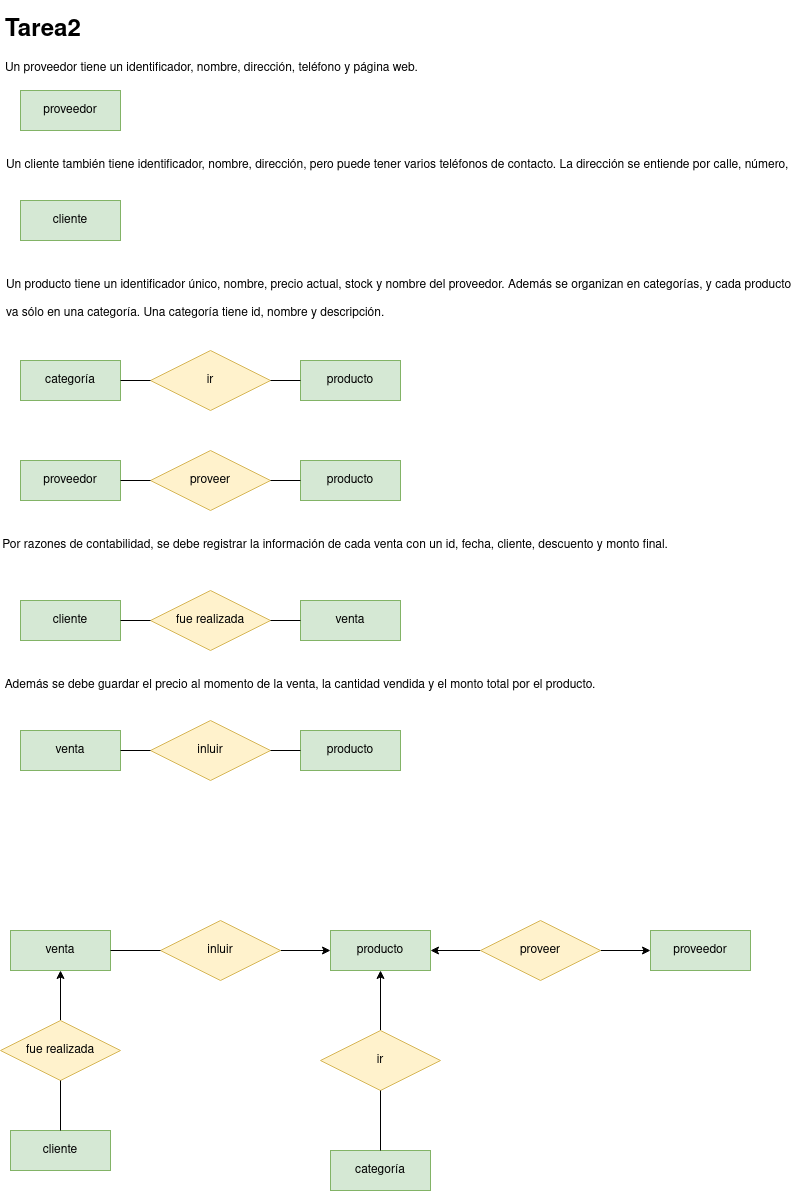
javigh193/bae keeps this draw.io diagram as tareasER/tarea2.png. Above is the earlier version. Source tidied: cells renumbered, new cells last; positions are measured from the earlier drawing's top-left corner, leaving out a move shared by most shapes. Its diagram source:
```xml
<mxGraphModel>
  <root>
    <mxCell id="0" />
    <mxCell id="1" parent="0" />
    <mxCell id="2" value="&lt;h1&gt;Tarea2&lt;br&gt;&lt;/h1&gt;&lt;p&gt;Un proveedor tiene un identificador, nombre, dirección, teléfono y página web.&lt;/p&gt;" style="text;html=1;strokeColor=none;fillColor=none;spacing=5;spacingTop=-20;whiteSpace=wrap;overflow=hidden;rounded=0;" parent="1" vertex="1">
      <mxGeometry width="780" height="70" as="geometry" />
    </mxCell>
    <mxCell id="3" value="proveedor" style="whiteSpace=wrap;html=1;align=center;fillColor=#d5e8d4;strokeColor=#82b366;" parent="1" vertex="1">
      <mxGeometry x="20" y="80" width="100" height="40" as="geometry" />
    </mxCell>
    <mxCell id="4" value="Un cliente también tiene identificador, nombre, dirección, pero puede tener varios teléfonos de contacto. La dirección se entiende por calle, número, &#10;&#10;provincia y ciudad." style="text;strokeColor=none;fillColor=none;spacingLeft=4;spacingRight=4;overflow=hidden;fontSize=12;" parent="1" vertex="1">
      <mxGeometry y="140" width="800" height="30" as="geometry" />
    </mxCell>
    <mxCell id="5" value="cliente" style="whiteSpace=wrap;html=1;align=center;fillColor=#d5e8d4;strokeColor=#82b366;" parent="1" vertex="1">
      <mxGeometry x="20" y="190" width="100" height="40" as="geometry" />
    </mxCell>
    <mxCell id="6" value="Un producto tiene un identificador único, nombre, precio actual, stock y nombre del proveedor. Además se organizan en categorías, y cada producto &#10;&#10;va sólo en una categoría. Una categoría tiene id, nombre y descripción." style="text;strokeColor=none;fillColor=none;spacingLeft=4;spacingRight=4;overflow=hidden;fontSize=12;" parent="1" vertex="1">
      <mxGeometry y="260" width="800" height="60" as="geometry" />
    </mxCell>
    <mxCell id="7" value="categoría" style="whiteSpace=wrap;html=1;align=center;fillColor=#d5e8d4;strokeColor=#82b366;" parent="1" vertex="1">
      <mxGeometry x="20" y="350" width="100" height="40" as="geometry" />
    </mxCell>
    <mxCell id="8" value="producto" style="whiteSpace=wrap;html=1;align=center;fillColor=#d5e8d4;strokeColor=#82b366;" parent="1" vertex="1">
      <mxGeometry x="300" y="350" width="100" height="40" as="geometry" />
    </mxCell>
    <mxCell id="9" value="ir" style="shape=rhombus;perimeter=rhombusPerimeter;whiteSpace=wrap;html=1;align=center;fillColor=#fff2cc;strokeColor=#d6b656;" parent="1" vertex="1">
      <mxGeometry x="150" y="340" width="120" height="60" as="geometry" />
    </mxCell>
    <mxCell id="10" style="endArrow=none;html=1;rounded=0;exitX=0;exitY=0.5;exitDx=0;exitDy=0;entryX=1;entryY=0.5;entryDx=0;entryDy=0;" parent="1" edge="1" source="8" target="9">
      <mxGeometry relative="1" as="geometry" />
    </mxCell>
    <mxCell id="11" style="endArrow=none;html=1;rounded=0;exitX=1;exitY=0.5;exitDx=0;exitDy=0;entryX=0;entryY=0.5;entryDx=0;entryDy=0;" parent="1" edge="1" source="7" target="9">
      <mxGeometry relative="1" as="geometry" />
    </mxCell>
    <mxCell id="12" value="proveedor" style="whiteSpace=wrap;html=1;align=center;fillColor=#d5e8d4;strokeColor=#82b366;" parent="1" vertex="1">
      <mxGeometry x="20" y="450" width="100" height="40" as="geometry" />
    </mxCell>
    <mxCell id="13" value="proveer" style="shape=rhombus;perimeter=rhombusPerimeter;whiteSpace=wrap;html=1;align=center;fillColor=#fff2cc;strokeColor=#d6b656;" parent="1" vertex="1">
      <mxGeometry x="150" y="440" width="120" height="60" as="geometry" />
    </mxCell>
    <mxCell id="14" value="producto" style="whiteSpace=wrap;html=1;align=center;fillColor=#d5e8d4;strokeColor=#82b366;" parent="1" vertex="1">
      <mxGeometry x="300" y="450" width="100" height="40" as="geometry" />
    </mxCell>
    <mxCell id="15" style="endArrow=none;html=1;rounded=0;exitX=0;exitY=0.5;exitDx=0;exitDy=0;entryX=1;entryY=0.5;entryDx=0;entryDy=0;" parent="1" edge="1" source="14" target="13">
      <mxGeometry relative="1" as="geometry" />
    </mxCell>
    <mxCell id="16" style="endArrow=none;html=1;rounded=0;exitX=0;exitY=0.5;exitDx=0;exitDy=0;entryX=1;entryY=0.5;entryDx=0;entryDy=0;" parent="1" edge="1" source="13" target="12">
      <mxGeometry relative="1" as="geometry" />
    </mxCell>
    <mxCell id="17" value="Por razones de contabilidad, se debe registrar la información de cada venta con un id, fecha, cliente, descuento y monto final." style="text;html=1;strokeColor=none;fillColor=none;align=center;verticalAlign=middle;whiteSpace=wrap;rounded=0;" parent="1" vertex="1">
      <mxGeometry y="520" width="670" height="30" as="geometry" />
    </mxCell>
    <mxCell id="18" value="venta" style="whiteSpace=wrap;html=1;align=center;fillColor=#d5e8d4;strokeColor=#82b366;" parent="1" vertex="1">
      <mxGeometry x="300" y="590" width="100" height="40" as="geometry" />
    </mxCell>
    <mxCell id="19" value="cliente" style="whiteSpace=wrap;html=1;align=center;fillColor=#d5e8d4;strokeColor=#82b366;" parent="1" vertex="1">
      <mxGeometry x="20" y="590" width="100" height="40" as="geometry" />
    </mxCell>
    <mxCell id="20" value="fue realizada" style="shape=rhombus;perimeter=rhombusPerimeter;whiteSpace=wrap;html=1;align=center;fillColor=#fff2cc;strokeColor=#d6b656;" parent="1" vertex="1">
      <mxGeometry x="150" y="580" width="120" height="60" as="geometry" />
    </mxCell>
    <mxCell id="21" style="endArrow=none;html=1;rounded=0;exitX=1;exitY=0.5;exitDx=0;exitDy=0;entryX=0;entryY=0.5;entryDx=0;entryDy=0;" parent="1" edge="1" source="19" target="20">
      <mxGeometry relative="1" as="geometry" />
    </mxCell>
    <mxCell id="22" style="endArrow=none;html=1;rounded=0;exitX=0;exitY=0.5;exitDx=0;exitDy=0;entryX=1;entryY=0.5;entryDx=0;entryDy=0;" parent="1" edge="1" source="18" target="20">
      <mxGeometry relative="1" as="geometry" />
    </mxCell>
    <mxCell id="23" value="Además se debe guardar el precio al momento de la venta, la cantidad vendida y el monto total por el producto." style="text;html=1;strokeColor=none;fillColor=none;align=center;verticalAlign=middle;whiteSpace=wrap;rounded=0;" parent="1" vertex="1">
      <mxGeometry y="660" width="600" height="30" as="geometry" />
    </mxCell>
    <mxCell id="24" value="producto" style="whiteSpace=wrap;html=1;align=center;fillColor=#d5e8d4;strokeColor=#82b366;" parent="1" vertex="1">
      <mxGeometry x="300" y="720" width="100" height="40" as="geometry" />
    </mxCell>
    <mxCell id="25" value="venta" style="whiteSpace=wrap;html=1;align=center;fillColor=#d5e8d4;strokeColor=#82b366;" parent="1" vertex="1">
      <mxGeometry x="20" y="720" width="100" height="40" as="geometry" />
    </mxCell>
    <mxCell id="26" value="inluir" style="shape=rhombus;perimeter=rhombusPerimeter;whiteSpace=wrap;html=1;align=center;fillColor=#fff2cc;strokeColor=#d6b656;" parent="1" vertex="1">
      <mxGeometry x="150" y="710" width="120" height="60" as="geometry" />
    </mxCell>
    <mxCell id="27" style="endArrow=none;html=1;rounded=0;exitX=0;exitY=0.5;exitDx=0;exitDy=0;entryX=1;entryY=0.5;entryDx=0;entryDy=0;" parent="1" edge="1" source="24" target="26">
      <mxGeometry relative="1" as="geometry" />
    </mxCell>
    <mxCell id="28" style="endArrow=none;html=1;rounded=0;exitX=0;exitY=0.5;exitDx=0;exitDy=0;entryX=1;entryY=0.5;entryDx=0;entryDy=0;" parent="1" edge="1" source="26" target="25">
      <mxGeometry relative="1" as="geometry" />
    </mxCell>
    <mxCell id="29" value="producto" style="whiteSpace=wrap;html=1;align=center;fillColor=#d5e8d4;strokeColor=#82b366;" parent="1" vertex="1">
      <mxGeometry x="330" y="920" width="100" height="40" as="geometry" />
    </mxCell>
    <mxCell id="30" value="proveedor" style="whiteSpace=wrap;html=1;align=center;fillColor=#d5e8d4;strokeColor=#82b366;" parent="1" vertex="1">
      <mxGeometry x="650" y="920" width="100" height="40" as="geometry" />
    </mxCell>
    <mxCell id="31" style="edgeStyle=orthogonalEdgeStyle;rounded=0;jettySize=auto;html=1;entryX=0;entryY=0.5;entryDx=0;entryDy=0;" parent="1" edge="1" source="33" target="30">
      <mxGeometry relative="1" as="geometry" />
    </mxCell>
    <mxCell id="32" style="edgeStyle=orthogonalEdgeStyle;rounded=0;jettySize=auto;html=1;entryX=1;entryY=0.5;entryDx=0;entryDy=0;" parent="1" edge="1" source="33" target="29">
      <mxGeometry relative="1" as="geometry" />
    </mxCell>
    <mxCell id="33" value="proveer" style="shape=rhombus;perimeter=rhombusPerimeter;whiteSpace=wrap;html=1;align=center;fillColor=#fff2cc;strokeColor=#d6b656;" parent="1" vertex="1">
      <mxGeometry x="480" y="910" width="120" height="60" as="geometry" />
    </mxCell>
    <mxCell id="34" value="categoría" style="whiteSpace=wrap;html=1;align=center;fillColor=#d5e8d4;strokeColor=#82b366;" parent="1" vertex="1">
      <mxGeometry x="330" y="1140" width="100" height="40" as="geometry" />
    </mxCell>
    <mxCell id="35" style="edgeStyle=orthogonalEdgeStyle;rounded=0;jettySize=auto;html=1;entryX=0.5;entryY=1;entryDx=0;entryDy=0;" parent="1" edge="1" source="36" target="29">
      <mxGeometry relative="1" as="geometry" />
    </mxCell>
    <mxCell id="36" value="ir" style="shape=rhombus;perimeter=rhombusPerimeter;whiteSpace=wrap;html=1;align=center;fillColor=#fff2cc;strokeColor=#d6b656;" parent="1" vertex="1">
      <mxGeometry x="320" y="1020" width="120" height="60" as="geometry" />
    </mxCell>
    <mxCell id="37" style="endArrow=none;html=1;rounded=0;exitX=0.5;exitY=1;exitDx=0;exitDy=0;entryX=0.5;entryY=0;entryDx=0;entryDy=0;" parent="1" edge="1" source="36" target="34">
      <mxGeometry relative="1" as="geometry" />
    </mxCell>
    <mxCell id="38" style="edgeStyle=orthogonalEdgeStyle;rounded=0;jettySize=auto;html=1;entryX=0;entryY=0.5;entryDx=0;entryDy=0;" parent="1" edge="1" source="39" target="29">
      <mxGeometry relative="1" as="geometry" />
    </mxCell>
    <mxCell id="39" value="inluir" style="shape=rhombus;perimeter=rhombusPerimeter;whiteSpace=wrap;html=1;align=center;fillColor=#fff2cc;strokeColor=#d6b656;" parent="1" vertex="1">
      <mxGeometry x="160" y="910" width="120" height="60" as="geometry" />
    </mxCell>
    <mxCell id="40" value="venta" style="whiteSpace=wrap;html=1;align=center;fillColor=#d5e8d4;strokeColor=#82b366;" parent="1" vertex="1">
      <mxGeometry x="10" y="920" width="100" height="40" as="geometry" />
    </mxCell>
    <mxCell id="41" style="endArrow=none;html=1;rounded=0;exitX=0;exitY=0.5;exitDx=0;exitDy=0;entryX=1;entryY=0.5;entryDx=0;entryDy=0;" parent="1" edge="1" source="39" target="40">
      <mxGeometry relative="1" as="geometry" />
    </mxCell>
    <mxCell id="42" value="cliente" style="whiteSpace=wrap;html=1;align=center;fillColor=#d5e8d4;strokeColor=#82b366;" parent="1" vertex="1">
      <mxGeometry x="10" y="1120" width="100" height="40" as="geometry" />
    </mxCell>
    <mxCell id="43" style="edgeStyle=orthogonalEdgeStyle;rounded=0;jettySize=auto;html=1;entryX=0.5;entryY=1;entryDx=0;entryDy=0;" parent="1" edge="1" source="44" target="40">
      <mxGeometry relative="1" as="geometry" />
    </mxCell>
    <mxCell id="44" value="fue realizada" style="shape=rhombus;perimeter=rhombusPerimeter;whiteSpace=wrap;html=1;align=center;fillColor=#fff2cc;strokeColor=#d6b656;" parent="1" vertex="1">
      <mxGeometry y="1010" width="120" height="60" as="geometry" />
    </mxCell>
    <mxCell id="45" style="endArrow=none;html=1;rounded=0;exitX=0.5;exitY=0;exitDx=0;exitDy=0;entryX=0.5;entryY=1;entryDx=0;entryDy=0;" parent="1" edge="1" source="42" target="44">
      <mxGeometry relative="1" as="geometry" />
    </mxCell>
  </root>
</mxGraphModel>
```
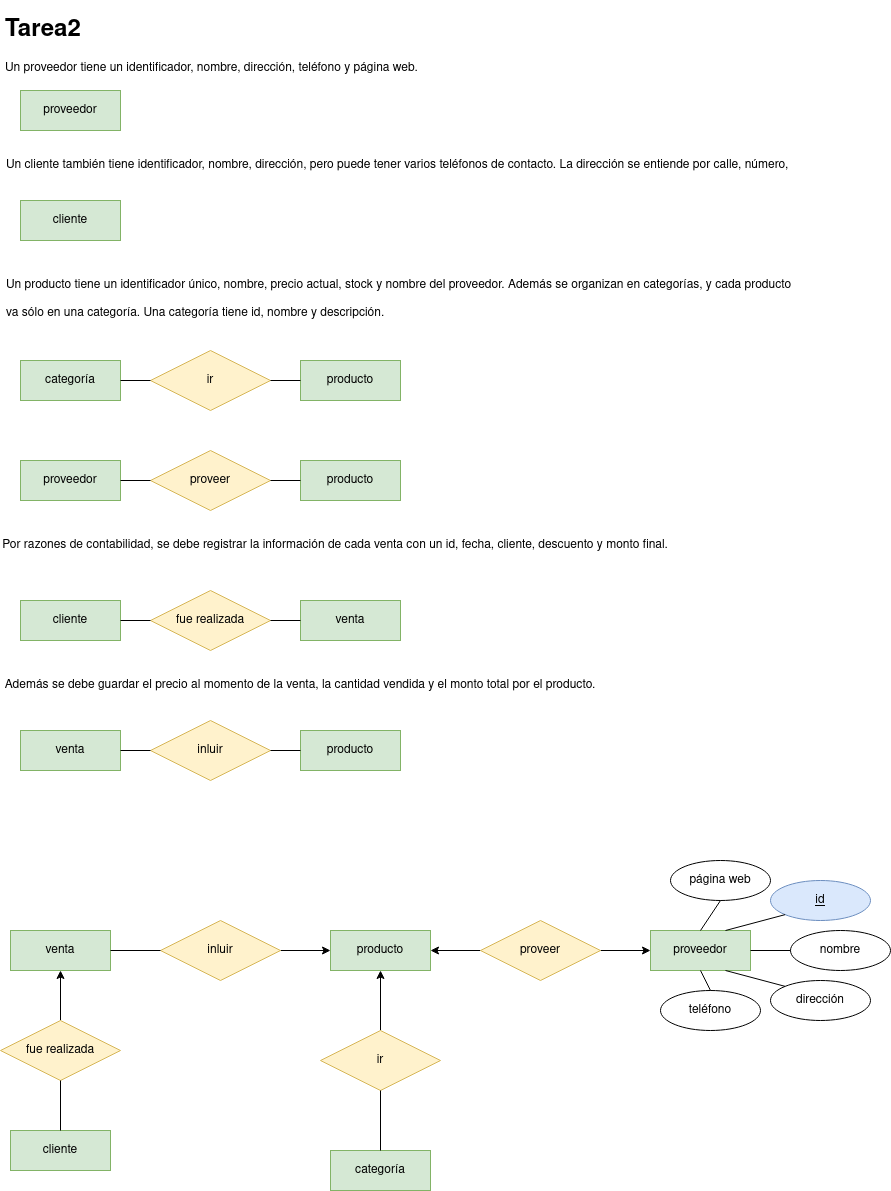
After the change.

Diff of the diagram source:
```diff
@@ -134,5 +134,35 @@
     <mxCell id="45" style="endArrow=none;html=1;rounded=0;exitX=0.5;exitY=0;exitDx=0;exitDy=0;entryX=0.5;entryY=1;entryDx=0;entryDy=0;" parent="1" edge="1" source="42" target="44">
       <mxGeometry relative="1" as="geometry" />
     </mxCell>
+    <mxCell id="46" value="teléfono" style="ellipse;whiteSpace=wrap;html=1;align=center;" parent="1" vertex="1">
+      <mxGeometry x="660" y="980" width="100" height="40" as="geometry" />
+    </mxCell>
+    <mxCell id="47" value="página web" style="ellipse;whiteSpace=wrap;html=1;align=center;" parent="1" vertex="1">
+      <mxGeometry x="670" y="850" width="100" height="40" as="geometry" />
+    </mxCell>
+    <mxCell id="48" value="dirección" style="ellipse;whiteSpace=wrap;html=1;align=center;" parent="1" vertex="1">
+      <mxGeometry x="770" y="970" width="100" height="40" as="geometry" />
+    </mxCell>
+    <mxCell id="49" value="nombre" style="ellipse;whiteSpace=wrap;html=1;align=center;" parent="1" vertex="1">
+      <mxGeometry x="790" y="920" width="100" height="40" as="geometry" />
+    </mxCell>
+    <mxCell id="50" value="id" style="ellipse;whiteSpace=wrap;html=1;align=center;fontStyle=4;fillColor=#dae8fc;strokeColor=#6c8ebf;" parent="1" vertex="1">
+      <mxGeometry x="770" y="870" width="100" height="40" as="geometry" />
+    </mxCell>
+    <mxCell id="51" style="endArrow=none;html=1;rounded=0;exitX=0.5;exitY=1;exitDx=0;exitDy=0;entryX=0.5;entryY=0;entryDx=0;entryDy=0;" parent="1" edge="1" source="47" target="30">
+      <mxGeometry relative="1" as="geometry" />
+    </mxCell>
+    <mxCell id="52" style="endArrow=none;html=1;rounded=0;exitX=0.5;exitY=1;exitDx=0;exitDy=0;entryX=0.5;entryY=0;entryDx=0;entryDy=0;" parent="1" edge="1" source="30" target="46">
+      <mxGeometry relative="1" as="geometry" />
+    </mxCell>
+    <mxCell id="53" style="endArrow=none;html=1;rounded=0;exitX=0;exitY=1;exitDx=0;exitDy=0;entryX=0.75;entryY=0;entryDx=0;entryDy=0;" parent="1" edge="1" source="50" target="30">
+      <mxGeometry relative="1" as="geometry" />
+    </mxCell>
+    <mxCell id="54" style="endArrow=none;html=1;rounded=0;exitX=0;exitY=0;exitDx=0;exitDy=0;entryX=0.75;entryY=1;entryDx=0;entryDy=0;" parent="1" edge="1" source="48" target="30">
+      <mxGeometry relative="1" as="geometry" />
+    </mxCell>
+    <mxCell id="55" style="endArrow=none;html=1;rounded=0;entryX=0;entryY=0.5;entryDx=0;entryDy=0;exitX=1;exitY=0.5;exitDx=0;exitDy=0;" parent="1" edge="1" source="30" target="49">
+      <mxGeometry relative="1" as="geometry" />
+    </mxCell>
   </root>
 </mxGraphModel>
```
